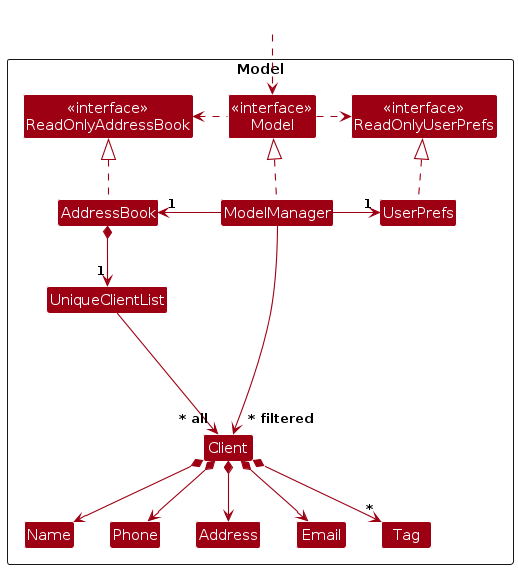
AY2425S2-CS2103T-W12-2/tp keeps this PlantUML diagram as diagrams/ModelClassDiagram.png. Above is the earlier version. Its source is kept beside it as diagrams/ModelClassDiagram.puml. Source of this version:
```plantuml
@startuml
!include style.puml
skinparam arrowThickness 1.1
skinparam arrowColor MODEL_COLOR
skinparam classBackgroundColor MODEL_COLOR

Package Model as ModelPackage <<Rectangle>>{
Class "<<interface>>\nReadOnlyAddressBook" as ReadOnlyAddressBook
Class "<<interface>>\nReadOnlyUserPrefs" as ReadOnlyUserPrefs
Class "<<interface>>\nModel" as Model
Class AddressBook
Class ModelManager
Class UserPrefs

Class UniqueClientList
Class Client
Class Address
Class Email
Class Name
Class Phone
Class Tag

Class I #FFFFFF
}

Class HiddenOutside #FFFFFF
HiddenOutside ..> Model

AddressBook .up.|> ReadOnlyAddressBook

ModelManager .up.|> Model
Model .right.> ReadOnlyUserPrefs
Model .left.> ReadOnlyAddressBook
ModelManager -left-> "1" AddressBook
ModelManager -right-> "1" UserPrefs
UserPrefs .up.|> ReadOnlyUserPrefs

AddressBook *--> "1" UniqueClientList
UniqueClientList --> "~* all" Client
Client *--> Name
Client *--> Phone
Client *--> Email
Client *--> Address
Client *--> "*" Tag

Client -[hidden]up--> I
UniqueClientList -[hidden]right-> I

Name -[hidden]right-> Phone
Phone -[hidden]right-> Address
Address -[hidden]right-> Email

ModelManager --> "~* filtered" Client
@enduml
```
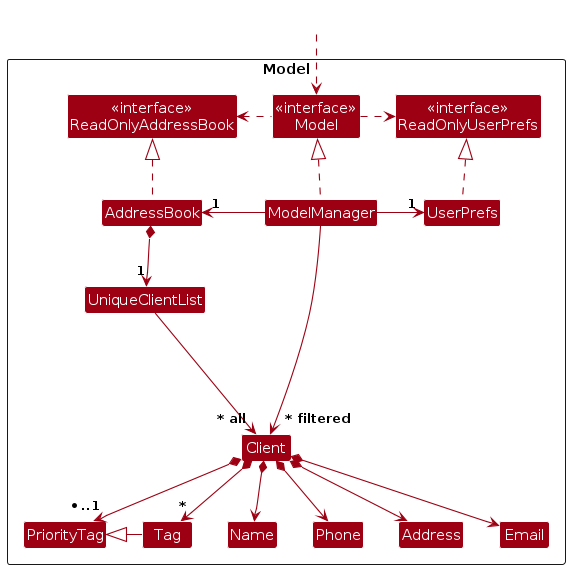
After the commit.

Change to the diagram source:
```diff
@@ -19,6 +19,7 @@
 Class Name
 Class Phone
 Class Tag
+Class PriorityTag
 
 Class I #FFFFFF
 }
@@ -42,6 +43,8 @@
 Client *--> Email
 Client *--> Address
 Client *--> "*" Tag
+Client *--> "*..1" PriorityTag
+Tag -left-|> PriorityTag
 
 Client -[hidden]up--> I
 UniqueClientList -[hidden]right-> I
```
